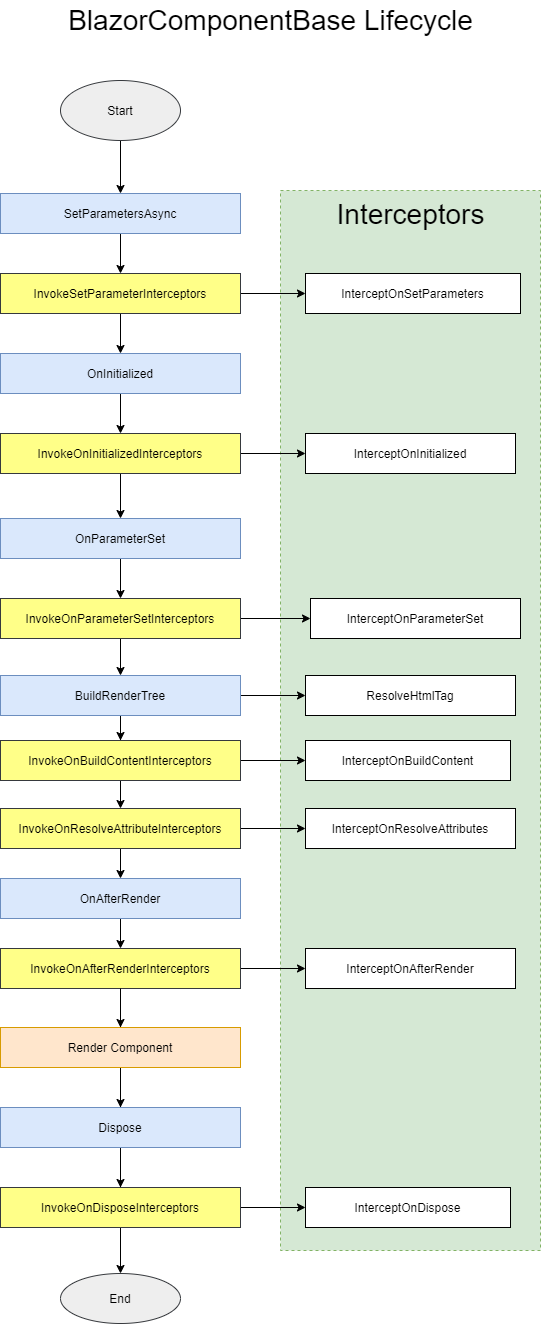
teacher-zhou/ComponentBuilder keeps this draw.io diagram as asset/BlazorComponentBaseLifecycle.png. Above is the earlier version. Source tidied: cells renumbered, new cells last; positions are measured from the earlier drawing's top-left corner, leaving out a move shared by most shapes.
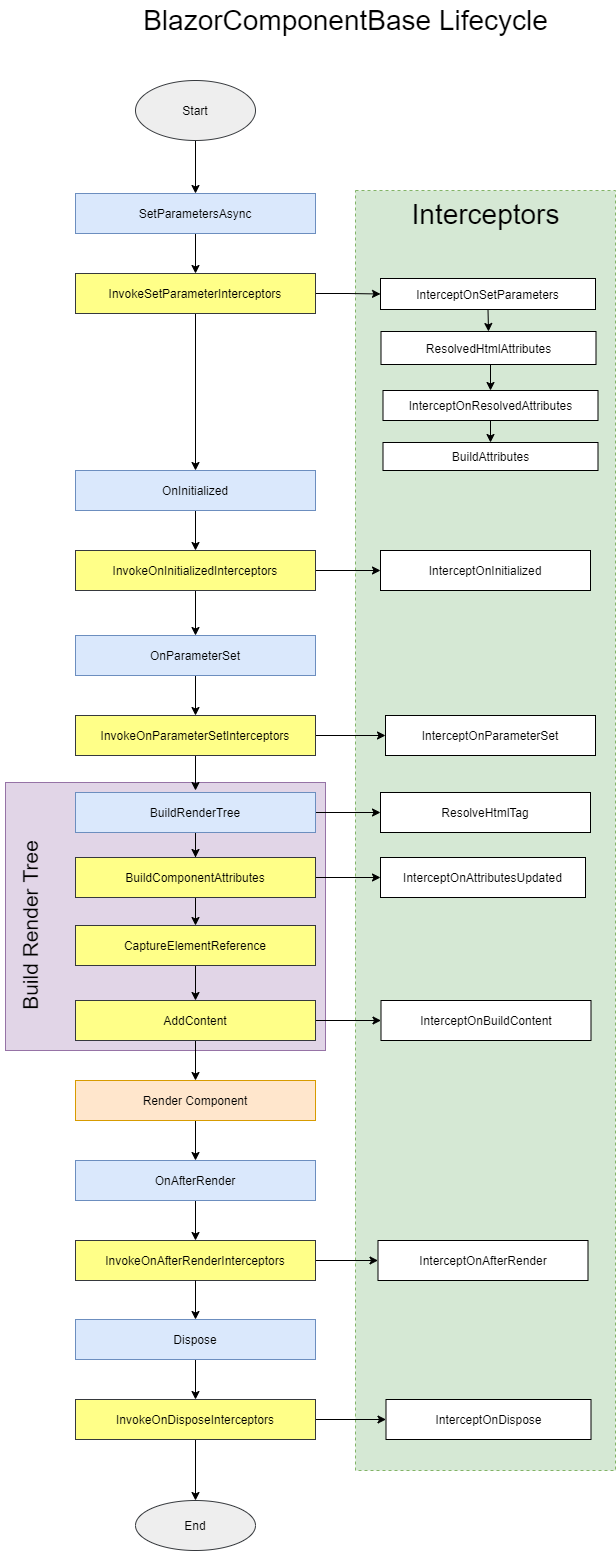
After the change.

Change to the diagram source:
```diff
@@ -2,8 +2,11 @@
   <root>
     <mxCell id="0" />
     <mxCell id="1" parent="0" />
+    <mxCell id="52" style="rounded=0;whiteSpace=wrap;html=1;fillColor=#e1d5e7;strokeColor=#9673a6;" parent="1" vertex="1">
+      <mxGeometry x="-70" y="782" width="320" height="268" as="geometry" />
+    </mxCell>
     <mxCell id="2" style="rounded=0;whiteSpace=wrap;html=1;fontSize=28;dashed=1;fillColor=#d5e8d4;strokeColor=#82b366;" parent="1" vertex="1">
-      <mxGeometry x="280" y="190" width="260" height="1060" as="geometry" />
+      <mxGeometry x="280" y="190" width="260" height="1280" as="geometry" />
     </mxCell>
     <mxCell id="3" style="edgeStyle=orthogonalEdgeStyle;rounded=0;jettySize=auto;html=1;" parent="1" edge="1" source="4" target="6">
       <mxGeometry relative="1" as="geometry" />
@@ -26,14 +29,17 @@
     <mxCell id="9" value="InvokeSetParameterInterceptors" style="whiteSpace=wrap;html=1;fillColor=#ffff88;strokeColor=#36393d;" parent="1" vertex="1">
       <mxGeometry y="273" width="240" height="40" as="geometry" />
     </mxCell>
+    <mxCell id="53" style="edgeStyle=orthogonalEdgeStyle;rounded=0;jettySize=auto;html=1;exitX=0.5;exitY=1;exitDx=0;exitDy=0;entryX=0.5;entryY=0;entryDx=0;entryDy=0;" parent="1" edge="1" source="10" target="56">
+      <mxGeometry relative="1" as="geometry" />
+    </mxCell>
     <mxCell id="10" value="InterceptOnSetParameters" style="whiteSpace=wrap;html=1;" parent="1" vertex="1">
-      <mxGeometry x="305" y="273" width="215" height="40" as="geometry" />
+      <mxGeometry x="305" y="278" width="215" height="31" as="geometry" />
     </mxCell>
     <mxCell id="11" style="edgeStyle=orthogonalEdgeStyle;rounded=0;jettySize=auto;html=1;" parent="1" edge="1" source="12" target="15">
       <mxGeometry relative="1" as="geometry" />
     </mxCell>
     <mxCell id="12" value="OnInitialized" style="whiteSpace=wrap;html=1;fillColor=#dae8fc;strokeColor=#6c8ebf;" parent="1" vertex="1">
-      <mxGeometry y="353" width="240" height="40" as="geometry" />
+      <mxGeometry y="470" width="240" height="40" as="geometry" />
     </mxCell>
     <mxCell id="13" style="edgeStyle=orthogonalEdgeStyle;rounded=0;jettySize=auto;html=1;" parent="1" edge="1" source="15" target="16">
       <mxGeometry relative="1" as="geometry" />
@@ -42,28 +48,30 @@
       <mxGeometry relative="1" as="geometry" />
     </mxCell>
     <mxCell id="15" value="InvokeOnInitializedInterceptors" style="whiteSpace=wrap;html=1;fillColor=#ffff88;strokeColor=#36393d;" parent="1" vertex="1">
-      <mxGeometry y="433" width="240" height="40" as="geometry" />
+      <mxGeometry y="550" width="240" height="40" as="geometry" />
     </mxCell>
     <mxCell id="16" value="InterceptOnInitialized" style="whiteSpace=wrap;html=1;" parent="1" vertex="1">
-      <mxGeometry x="305" y="433" width="210" height="40" as="geometry" />
+      <mxGeometry x="305" y="550" width="210" height="40" as="geometry" />
     </mxCell>
     <mxCell id="17" style="edgeStyle=orthogonalEdgeStyle;rounded=0;jettySize=auto;html=1;" parent="1" edge="1" source="18" target="21">
       <mxGeometry relative="1" as="geometry" />
     </mxCell>
     <mxCell id="18" value="OnParameterSet" style="whiteSpace=wrap;html=1;fillColor=#dae8fc;strokeColor=#6c8ebf;" parent="1" vertex="1">
-      <mxGeometry y="518" width="240" height="40" as="geometry" />
+      <mxGeometry y="635" width="240" height="40" as="geometry" />
     </mxCell>
     <mxCell id="19" style="edgeStyle=orthogonalEdgeStyle;rounded=0;jettySize=auto;html=1;" parent="1" edge="1" source="21" target="22">
       <mxGeometry relative="1" as="geometry" />
     </mxCell>
-    <mxCell id="20" style="edgeStyle=orthogonalEdgeStyle;rounded=0;jettySize=auto;html=1;" parent="1" edge="1" source="21" target="26">
-      <mxGeometry relative="1" as="geometry" />
+    <mxCell id="20" style="edgeStyle=orthogonalEdgeStyle;rounded=0;jettySize=auto;html=1;" parent="1" edge="1" source="21">
+      <mxGeometry relative="1" as="geometry">
+        <mxPoint x="120" y="790" as="targetPoint" />
+      </mxGeometry>
     </mxCell>
     <mxCell id="21" value="InvokeOnParameterSetInterceptors" style="whiteSpace=wrap;html=1;fillColor=#ffff88;strokeColor=#36393d;" parent="1" vertex="1">
-      <mxGeometry y="598" width="240" height="40" as="geometry" />
+      <mxGeometry y="715" width="240" height="40" as="geometry" />
     </mxCell>
     <mxCell id="22" value="InterceptOnParameterSet" style="whiteSpace=wrap;html=1;" parent="1" vertex="1">
-      <mxGeometry x="310" y="598" width="210" height="40" as="geometry" />
+      <mxGeometry x="310" y="715" width="210" height="40" as="geometry" />
     </mxCell>
     <mxCell id="23" style="edgeStyle=orthogonalEdgeStyle;rounded=0;jettySize=auto;html=1;" parent="1" edge="1" source="26" target="29">
       <mxGeometry relative="1" as="geometry" />
@@ -75,40 +83,37 @@
       <mxGeometry relative="1" as="geometry" />
     </mxCell>
     <mxCell id="26" value="BuildRenderTree" style="whiteSpace=wrap;html=1;fillColor=#dae8fc;strokeColor=#6c8ebf;" parent="1" vertex="1">
-      <mxGeometry y="675" width="240" height="40" as="geometry" />
+      <mxGeometry y="792" width="240" height="40" as="geometry" />
     </mxCell>
-    <mxCell id="27" style="edgeStyle=orthogonalEdgeStyle;rounded=0;jettySize=auto;html=1;" parent="1" edge="1" source="29" target="30">
+    <mxCell id="27" style="edgeStyle=orthogonalEdgeStyle;rounded=0;jettySize=auto;html=1;exitX=1;exitY=0.5;exitDx=0;exitDy=0;" parent="1" edge="1" source="61" target="30">
       <mxGeometry relative="1" as="geometry" />
     </mxCell>
-    <mxCell id="28" style="edgeStyle=orthogonalEdgeStyle;rounded=0;jettySize=auto;html=1;" parent="1" edge="1" source="29" target="33">
+    <mxCell id="28" style="edgeStyle=orthogonalEdgeStyle;rounded=0;jettySize=auto;html=1;entryX=0.5;entryY=0;entryDx=0;entryDy=0;" parent="1" edge="1" source="29" target="61">
       <mxGeometry relative="1" as="geometry" />
     </mxCell>
-    <mxCell id="29" value="InvokeOnResolveAttributeInterceptors" style="whiteSpace=wrap;html=1;fillColor=#ffff88;strokeColor=#36393d;" parent="1" vertex="1">
-      <mxGeometry y="808" width="240" height="40" as="geometry" />
+    <mxCell id="29" value="CaptureElementReference" style="whiteSpace=wrap;html=1;fillColor=#ffff88;strokeColor=#36393d;" parent="1" vertex="1">
+      <mxGeometry y="925" width="240" height="40" as="geometry" />
     </mxCell>
-    <mxCell id="30" value="InterceptOnResolveAttributes" style="whiteSpace=wrap;html=1;" parent="1" vertex="1">
-      <mxGeometry x="305" y="808" width="210" height="40" as="geometry" />
+    <mxCell id="30" value="InterceptOnBuildContent" style="whiteSpace=wrap;html=1;" parent="1" vertex="1">
+      <mxGeometry x="305.5" y="1000" width="210" height="40" as="geometry" />
     </mxCell>
     <mxCell id="31" value="ResolveHtmlTag" style="whiteSpace=wrap;html=1;" parent="1" vertex="1">
-      <mxGeometry x="305" y="675" width="210" height="40" as="geometry" />
+      <mxGeometry x="305" y="792" width="210" height="40" as="geometry" />
     </mxCell>
     <mxCell id="32" style="edgeStyle=orthogonalEdgeStyle;rounded=0;jettySize=auto;html=1;" parent="1" edge="1" source="33" target="36">
       <mxGeometry relative="1" as="geometry" />
     </mxCell>
     <mxCell id="33" value="OnAfterRender" style="whiteSpace=wrap;html=1;fillColor=#dae8fc;strokeColor=#6c8ebf;" parent="1" vertex="1">
-      <mxGeometry y="878" width="240" height="40" as="geometry" />
+      <mxGeometry y="1160" width="240" height="40" as="geometry" />
     </mxCell>
     <mxCell id="34" style="edgeStyle=orthogonalEdgeStyle;rounded=0;jettySize=auto;html=1;" parent="1" edge="1" source="36" target="37">
       <mxGeometry relative="1" as="geometry" />
     </mxCell>
-    <mxCell id="35" style="edgeStyle=orthogonalEdgeStyle;rounded=0;jettySize=auto;html=1;fontSize=28;" parent="1" edge="1" source="36" target="43">
-      <mxGeometry relative="1" as="geometry" />
-    </mxCell>
     <mxCell id="36" value="InvokeOnAfterRenderInterceptors" style="whiteSpace=wrap;html=1;fillColor=#ffff88;strokeColor=#36393d;" parent="1" vertex="1">
-      <mxGeometry y="948" width="240" height="40" as="geometry" />
+      <mxGeometry y="1240" width="240" height="40" as="geometry" />
     </mxCell>
     <mxCell id="37" value="InterceptOnAfterRender" style="whiteSpace=wrap;html=1;" parent="1" vertex="1">
-      <mxGeometry x="305" y="948" width="210" height="40" as="geometry" />
+      <mxGeometry x="302.5" y="1240" width="210" height="40" as="geometry" />
     </mxCell>
     <mxCell id="38" value="BlazorComponentBase Lifecycle" style="text;html=1;align=center;verticalAlign=middle;fillColor=none;strokeColor=none;rounded=0;fontSize=28;" parent="1" vertex="1">
       <mxGeometry x="60" width="420" height="40" as="geometry" />
@@ -117,16 +122,16 @@
       <mxGeometry x="330" y="194" width="160" height="40" as="geometry" />
     </mxCell>
     <mxCell id="40" value="End" style="ellipse;whiteSpace=wrap;html=1;fillColor=#eeeeee;strokeColor=#36393d;" parent="1" vertex="1">
-      <mxGeometry x="60" y="1273" width="120" height="50" as="geometry" />
+      <mxGeometry x="60" y="1500" width="120" height="50" as="geometry" />
     </mxCell>
-    <mxCell id="41" style="endArrow=classic;html=1;rounded=0;fontSize=28;exitX=0.5;exitY=1;exitDx=0;exitDy=0;entryX=0.5;entryY=0;entryDx=0;entryDy=0;" parent="1" edge="1" source="36" target="40">
+    <mxCell id="41" style="endArrow=classic;html=1;rounded=0;fontSize=28;exitX=0.5;exitY=1;exitDx=0;exitDy=0;" parent="1" edge="1" source="36" target="46">
       <mxGeometry relative="1" as="geometry" />
     </mxCell>
-    <mxCell id="42" style="edgeStyle=orthogonalEdgeStyle;rounded=0;jettySize=auto;html=1;fontSize=28;" parent="1" edge="1" source="43" target="46">
+    <mxCell id="42" style="edgeStyle=orthogonalEdgeStyle;rounded=0;jettySize=auto;html=1;fontSize=28;" parent="1" edge="1" source="43" target="33">
       <mxGeometry relative="1" as="geometry" />
     </mxCell>
     <mxCell id="43" value="Render Component" style="whiteSpace=wrap;html=1;fillColor=#ffe6cc;strokeColor=#d79b00;" parent="1" vertex="1">
-      <mxGeometry y="1027" width="240" height="40" as="geometry" />
+      <mxGeometry y="1080" width="240" height="40" as="geometry" />
     </mxCell>
     <mxCell id="44" style="edgeStyle=orthogonalEdgeStyle;rounded=0;jettySize=auto;html=1;fontSize=28;exitX=1;exitY=0.5;exitDx=0;exitDy=0;" parent="1" edge="1" source="48" target="47">
       <mxGeometry relative="1" as="geometry" />
@@ -135,22 +140,49 @@
       <mxGeometry relative="1" as="geometry" />
     </mxCell>
     <mxCell id="46" value="Dispose" style="whiteSpace=wrap;html=1;fillColor=#dae8fc;strokeColor=#6c8ebf;" parent="1" vertex="1">
-      <mxGeometry y="1107" width="240" height="40" as="geometry" />
+      <mxGeometry y="1319" width="240" height="40" as="geometry" />
     </mxCell>
     <mxCell id="47" value="InterceptOnDispose" style="whiteSpace=wrap;html=1;" parent="1" vertex="1">
-      <mxGeometry x="305" y="1187" width="205" height="40" as="geometry" />
+      <mxGeometry x="310.5" y="1399" width="205" height="40" as="geometry" />
     </mxCell>
+    <mxCell id="54" style="edgeStyle=orthogonalEdgeStyle;rounded=0;jettySize=auto;html=1;exitX=0.5;exitY=1;exitDx=0;exitDy=0;entryX=0.5;entryY=0;entryDx=0;entryDy=0;fontSize=21;" parent="1" edge="1" source="48" target="40">
+      <mxGeometry relative="1" as="geometry" />
+    </mxCell>
     <mxCell id="48" value="InvokeOnDisposeInterceptors" style="whiteSpace=wrap;html=1;fillColor=#ffff88;strokeColor=#36393d;" parent="1" vertex="1">
-      <mxGeometry y="1187" width="240" height="40" as="geometry" />
+      <mxGeometry y="1399" width="240" height="40" as="geometry" />
     </mxCell>
     <mxCell id="49" style="edgeStyle=orthogonalEdgeStyle;rounded=0;jettySize=auto;html=1;fontSize=28;" parent="1" edge="1" source="50" target="51">
       <mxGeometry relative="1" as="geometry" />
     </mxCell>
-    <mxCell id="50" value="InvokeOnBuildContentInterceptors" style="whiteSpace=wrap;html=1;fillColor=#ffff88;strokeColor=#36393d;" parent="1" vertex="1">
-      <mxGeometry y="740" width="240" height="40" as="geometry" />
+    <mxCell id="50" value="BuildComponentAttributes" style="whiteSpace=wrap;html=1;fillColor=#ffff88;strokeColor=#36393d;" parent="1" vertex="1">
+      <mxGeometry y="857" width="240" height="40" as="geometry" />
     </mxCell>
-    <mxCell id="51" value="InterceptOnBuildContent" style="whiteSpace=wrap;html=1;" parent="1" vertex="1">
-      <mxGeometry x="305" y="740" width="205" height="40" as="geometry" />
+    <mxCell id="51" value="InterceptOnAttributesUpdated" style="whiteSpace=wrap;html=1;" parent="1" vertex="1">
+      <mxGeometry x="305" y="857" width="205" height="40" as="geometry" />
     </mxCell>
+    <mxCell id="55" style="edgeStyle=orthogonalEdgeStyle;rounded=0;jettySize=auto;html=1;exitX=0.5;exitY=1;exitDx=0;exitDy=0;entryX=0.5;entryY=0;entryDx=0;entryDy=0;" parent="1" edge="1" source="56" target="58">
+      <mxGeometry relative="1" as="geometry" />
+    </mxCell>
+    <mxCell id="56" value="ResolvedHtmlAttributes" style="whiteSpace=wrap;html=1;" parent="1" vertex="1">
+      <mxGeometry x="305.5" y="331" width="215" height="33" as="geometry" />
+    </mxCell>
+    <mxCell id="57" style="edgeStyle=orthogonalEdgeStyle;rounded=0;jettySize=auto;html=1;exitX=0.5;exitY=1;exitDx=0;exitDy=0;entryX=0.5;entryY=0;entryDx=0;entryDy=0;" parent="1" edge="1" source="58" target="59">
+      <mxGeometry relative="1" as="geometry" />
+    </mxCell>
+    <mxCell id="58" value="InterceptOnResolvedAttributes" style="whiteSpace=wrap;html=1;" parent="1" vertex="1">
+      <mxGeometry x="307.5" y="390" width="215" height="30" as="geometry" />
+    </mxCell>
+    <mxCell id="59" value="BuildAttributes" style="whiteSpace=wrap;html=1;" parent="1" vertex="1">
+      <mxGeometry x="307.5" y="442" width="215" height="28" as="geometry" />
+    </mxCell>
+    <mxCell id="60" style="edgeStyle=orthogonalEdgeStyle;rounded=0;jettySize=auto;html=1;" parent="1" edge="1" source="61" target="43">
+      <mxGeometry relative="1" as="geometry" />
+    </mxCell>
+    <mxCell id="61" value="AddContent" style="whiteSpace=wrap;html=1;fillColor=#ffff88;strokeColor=#36393d;" parent="1" vertex="1">
+      <mxGeometry y="1000" width="240" height="40" as="geometry" />
+    </mxCell>
+    <mxCell id="62" value="Build Render Tree" style="text;html=1;strokeColor=none;fillColor=none;align=center;verticalAlign=middle;whiteSpace=wrap;rounded=0;direction=west;rotation=-90;fontSize=21;" parent="1" vertex="1">
+      <mxGeometry x="-145" y="895" width="200" height="60" as="geometry" />
+    </mxCell>
   </root>
 </mxGraphModel>
```
